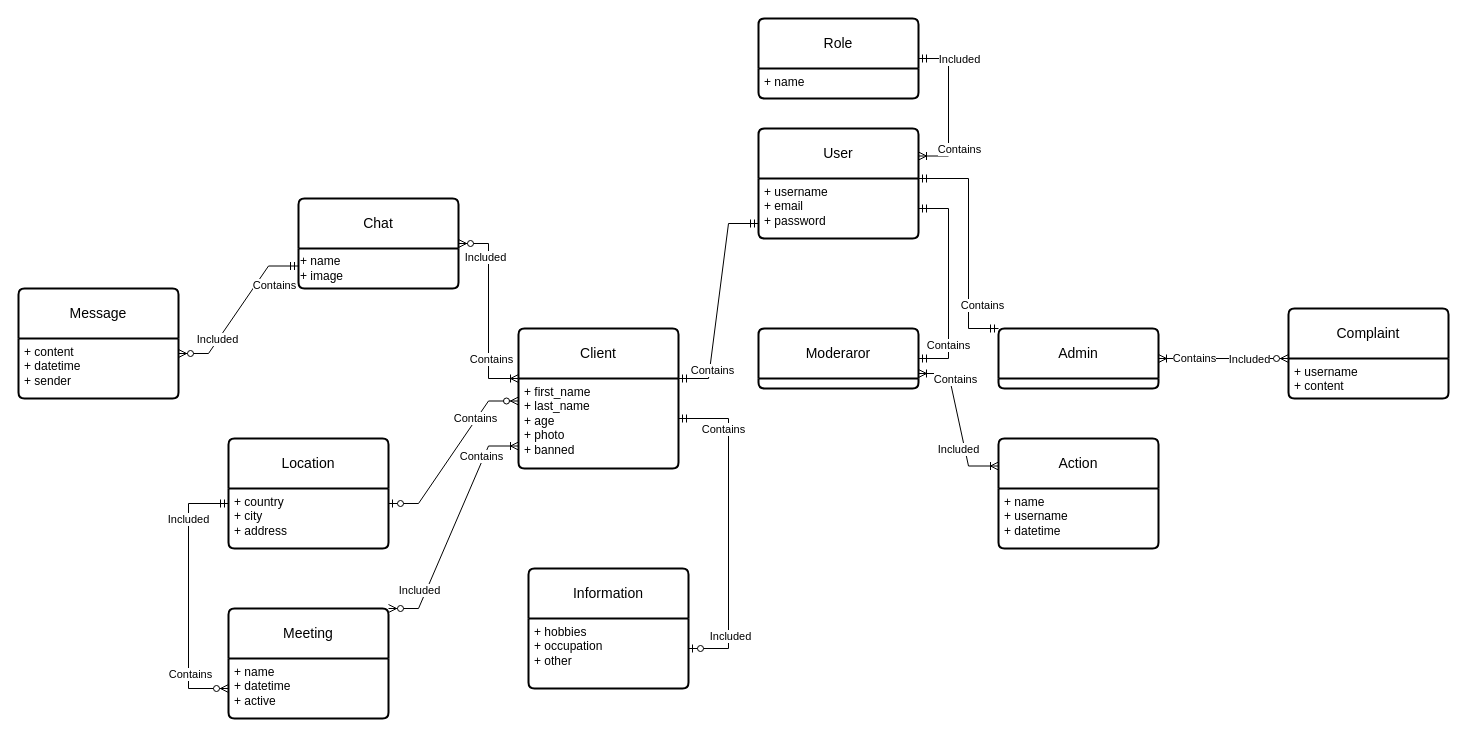
The draw.io diagram scheme.drawio in aligenzzz/dating-agency, before the edit. Source tidied: cells renumbered, new cells numbered last; positions are measured from the earlier drawing's top-left corner, leaving out a move shared by most shapes. Both pictures are drawn from the tidied source at 100%, with x=0, y=0 at pixel (18, 18).
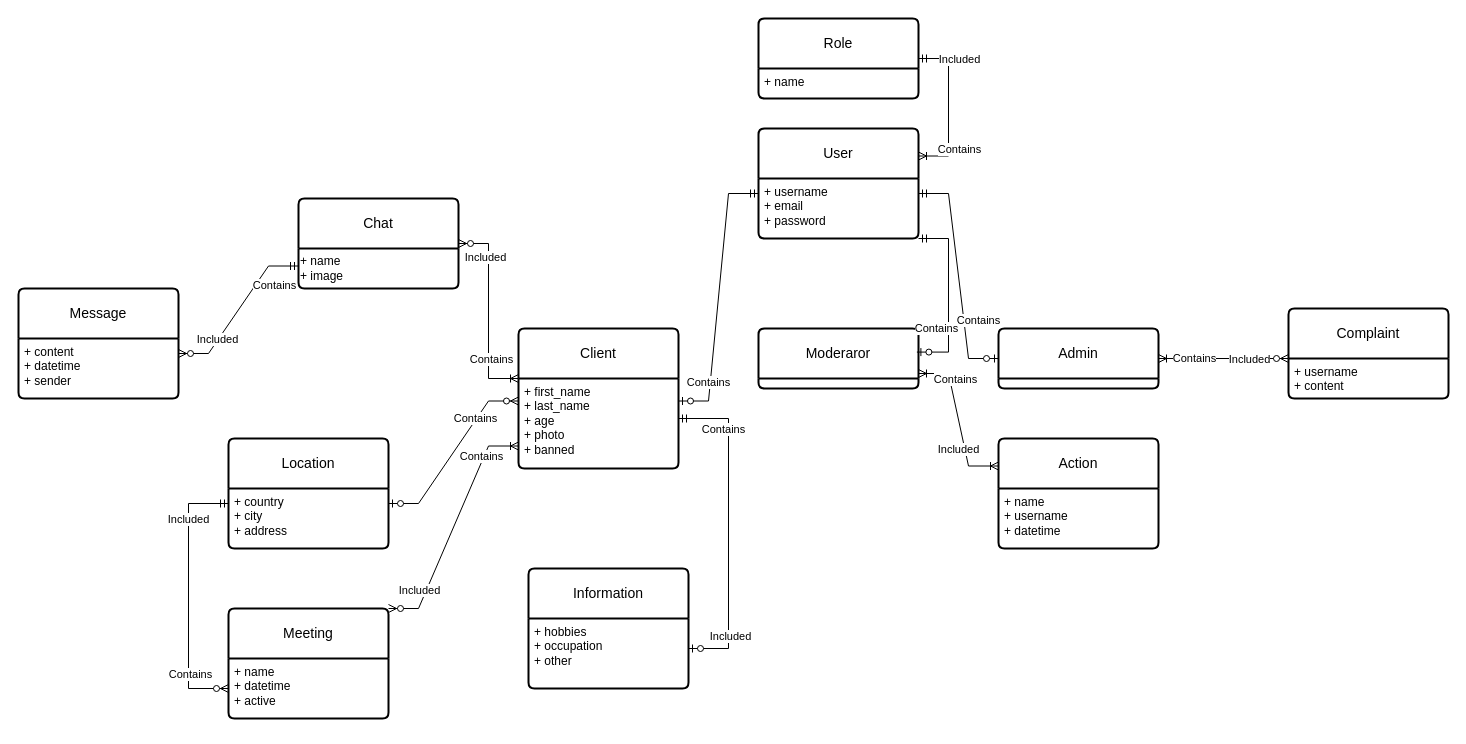
The same diagram, later.

Unchanged cells that the change refers to:
```xml
<mxCell id="14" value="+ username&lt;br&gt;+ email&lt;br&gt;+ password" style="align=left;strokeColor=none;fillColor=none;spacingLeft=4;fontSize=12;verticalAlign=top;html=1;" parent="13" vertex="1">
  <mxGeometry y="50" width="160" height="60" as="geometry" />
</mxCell>
<mxCell id="15" value="Admin" style="swimlane;horizontal=1;startSize=50;rounded=1;fontSize=14;fontStyle=0;strokeWidth=2;shadow=0;dashed=0;align=center;arcSize=4;whiteSpace=wrap;html=1;" parent="1" vertex="1">
  <mxGeometry x="980" y="310" width="160" height="60" as="geometry" />
</mxCell>
<mxCell id="16" value="Moderaror" style="swimlane;horizontal=1;startSize=50;rounded=1;fontSize=14;fontStyle=0;strokeWidth=2;shadow=0;dashed=0;align=center;arcSize=4;whiteSpace=wrap;html=1;" parent="1" vertex="1">
  <mxGeometry x="740" y="310" width="160" height="60" as="geometry" />
</mxCell>
<mxCell id="21" value="+ first_name&lt;br&gt;+ last_name&lt;br&gt;+ age&lt;br&gt;+ photo&lt;br&gt;+ banned" style="align=left;strokeColor=none;fillColor=none;spacingLeft=4;fontSize=12;verticalAlign=top;html=1;" parent="20" vertex="1">
  <mxGeometry y="50" width="160" height="90" as="geometry" />
</mxCell>
```

Change to the diagram source:
```diff
@@
-    <mxCell id="24" style="edgeStyle=entityRelationEdgeStyle;fontSize=12;html=1;endArrow=ERmandOne;startArrow=ERmandOne;rounded=0;entryX=0;entryY=0.75;entryDx=0;entryDy=0;exitX=1;exitY=0;exitDx=0;exitDy=0;" parent="1" edge="1" source="21" target="14">
-      <mxGeometry relative="1" as="geometry">
-        <Array as="points">
-          <mxPoint x="600" y="260" />
-          <mxPoint x="640" y="210" />
-          <mxPoint x="600" y="180" />
-        </Array>
-      </mxGeometry>
-    </mxCell>
-    <mxCell id="25" value="Contains" style="edgeLabel;html=1;align=center;verticalAlign=middle;" parent="24" vertex="1">
-      <mxGeometry x="-0.64" y="-2" relative="1" as="geometry" />
-    </mxCell>
-    <mxCell id="26" style="edgeStyle=entityRelationEdgeStyle;fontSize=12;html=1;endArrow=ERmandOne;startArrow=ERmandOne;rounded=0;entryX=1;entryY=0.5;entryDx=0;entryDy=0;exitX=1;exitY=0.5;exitDx=0;exitDy=0;" parent="1" edge="1" source="16" target="14">
-      <mxGeometry relative="1" as="geometry">
-        <Array as="points">
-          <mxPoint x="940" y="220" />
-        </Array>
-      </mxGeometry>
-    </mxCell>
-    <mxCell id="27" value="Contains" style="edgeLabel;html=1;align=center;verticalAlign=middle;" parent="26" vertex="1">
-      <mxGeometry x="-0.58" y="1" relative="1" as="geometry" />
-    </mxCell>
-    <mxCell id="28" style="edgeStyle=elbowEdgeStyle;fontSize=12;html=1;endArrow=ERmandOne;startArrow=ERmandOne;rounded=0;entryX=1;entryY=0;entryDx=0;entryDy=0;exitX=0;exitY=0;exitDx=0;exitDy=0;" parent="1" edge="1" source="15" target="14">
-      <mxGeometry relative="1" as="geometry">
-        <Array as="points">
-          <mxPoint x="950" y="230" />
-        </Array>
-      </mxGeometry>
-    </mxCell>
-    <mxCell id="29" value="Contains" style="edgeLabel;html=1;align=center;verticalAlign=middle;" parent="28" vertex="1">
-      <mxGeometry x="-0.53" relative="1" as="geometry">
-        <mxPoint x="13" as="offset" />
-      </mxGeometry>
-    </mxCell>
@@
+    <mxCell id="59" style="edgeStyle=entityRelationEdgeStyle;fontSize=12;html=1;endArrow=ERzeroToOne;startArrow=ERmandOne;rounded=0;entryX=1;entryY=0.25;entryDx=0;entryDy=0;exitX=0;exitY=0.25;exitDx=0;exitDy=0;" parent="1" edge="1" source="14" target="21">
+      <mxGeometry relative="1" as="geometry" />
+    </mxCell>
+    <mxCell id="60" value="Contains" style="edgeLabel;html=1;align=center;verticalAlign=middle;" parent="59" vertex="1">
+      <mxGeometry x="0.65" y="-2" relative="1" as="geometry">
+        <mxPoint y="-1" as="offset" />
+      </mxGeometry>
+    </mxCell>
+    <mxCell id="61" style="edgeStyle=entityRelationEdgeStyle;fontSize=12;html=1;endArrow=ERzeroToOne;startArrow=ERmandOne;rounded=0;entryX=0;entryY=0.5;entryDx=0;entryDy=0;exitX=1;exitY=0.25;exitDx=0;exitDy=0;" parent="1" edge="1" source="14" target="15">
+      <mxGeometry relative="1" as="geometry" />
+    </mxCell>
+    <mxCell id="62" value="Contains" style="edgeLabel;html=1;align=center;verticalAlign=middle;" parent="61" vertex="1">
+      <mxGeometry x="0.72" y="-2" relative="1" as="geometry">
+        <mxPoint x="12" y="-38" as="offset" />
+      </mxGeometry>
+    </mxCell>
+    <mxCell id="63" style="edgeStyle=elbowEdgeStyle;fontSize=12;html=1;endArrow=ERzeroToOne;startArrow=ERmandOne;rounded=0;entryX=0.99;entryY=0.393;entryDx=0;entryDy=0;entryPerimeter=0;exitX=1;exitY=1;exitDx=0;exitDy=0;" parent="1" edge="1" source="14" target="16">
+      <mxGeometry relative="1" as="geometry">
+        <Array as="points">
+          <mxPoint x="930" y="270" />
+        </Array>
+      </mxGeometry>
+    </mxCell>
+    <mxCell id="64" value="Contains" style="edgeLabel;html=1;align=center;verticalAlign=middle;" parent="63" vertex="1">
+      <mxGeometry x="0.78" y="-1" relative="1" as="geometry">
+        <mxPoint y="-23" as="offset" />
+      </mxGeometry>
+    </mxCell>
```
